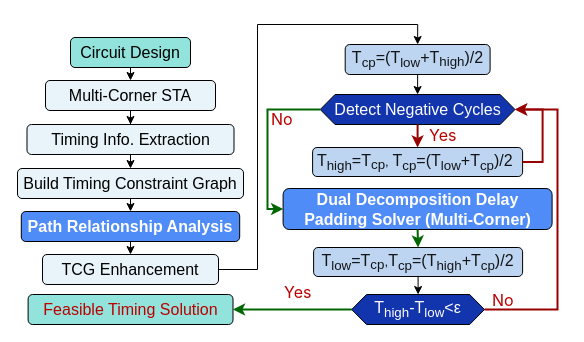
This is framework.drawio from kxzhu0505/Delay-Padding-For-Multi-corner, a draw.io file, before an edit. Source tidied: cells renumbered, new cells numbered last; positions are measured from the earlier drawing's top-left corner, leaving out a move shared by most shapes. Both pictures are drawn from the tidied source at 100%, with x=0, y=0 at pixel (17, 24).
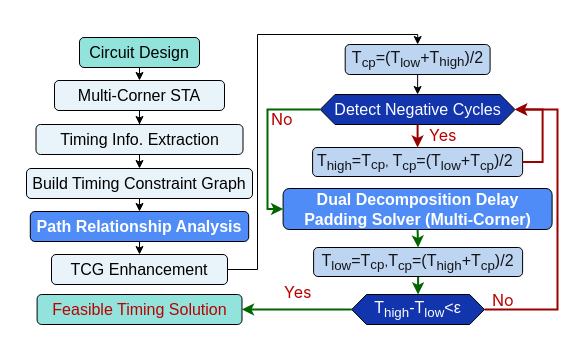
After the change.

The change refers to these unchanged cells:
```xml
<mxCell id="20" value="&lt;div style=&quot;text-align: left;&quot;&gt;&lt;font style=&quot;color: rgb(255, 255, 255);&quot;&gt;&lt;span style=&quot;font-size: 16px;&quot;&gt;T&lt;sub style=&quot;&quot;&gt;high&lt;/sub&gt;-T&lt;sub style=&quot;&quot;&gt;low&lt;/sub&gt;&amp;lt;ε&lt;/span&gt;&lt;/font&gt;&lt;/div&gt;" style="shape=hexagon;perimeter=hexagonPerimeter2;whiteSpace=wrap;html=1;fixedSize=1;size=14.829999999999927;fillColor=light-dark(#1235ae, #3b394a);strokeColor=#000000;" parent="1" vertex="1">
  <mxGeometry x="334.2" y="270" width="132.8" height="30" as="geometry" />
</mxCell>
<mxCell id="22" value="&lt;span style=&quot;color: rgba(0, 0, 0, 0.9); font-size: 16px; text-align: left;&quot;&gt;&lt;span style=&quot;color: rgba(0, 0, 0, 0.9);&quot;&gt;&lt;span style=&quot;color: rgba(0, 0, 0, 0.9);&quot;&gt;T&lt;sub&gt;low&lt;/sub&gt;=&lt;/span&gt;&lt;span style=&quot;font-size: 12px; color: rgba(0, 0, 0, 0.9);&quot;&gt;&lt;span style=&quot;font-size: 16px; color: rgba(0, 0, 0, 0.9);&quot;&gt;T&lt;/span&gt;&lt;sub style=&quot;color: rgba(0, 0, 0, 0.9);&quot;&gt;&lt;font style=&quot;font-size: 13.333px;&quot;&gt;cp&lt;/font&gt;&lt;/sub&gt;&lt;span style=&quot;font-size: 13.3333px;&quot;&gt;,&lt;/span&gt;&lt;/span&gt;T&lt;/span&gt;&lt;sub style=&quot;color: rgba(0, 0, 0, 0.9);&quot;&gt;cp&lt;/sub&gt;=(&lt;span style=&quot;color: rgba(0, 0, 0, 0.9);&quot;&gt;T&lt;/span&gt;&lt;sub style=&quot;color: rgba(0, 0, 0, 0.9);&quot;&gt;high&lt;/sub&gt;+&lt;/span&gt;&lt;span style=&quot;color: rgba(0, 0, 0, 0.9); font-size: 16px; text-align: left;&quot;&gt;&lt;span style=&quot;color: rgba(0, 0, 0, 0.9);&quot;&gt;T&lt;/span&gt;&lt;sub style=&quot;color: rgba(0, 0, 0, 0.9);&quot;&gt;cp&lt;/sub&gt;)/2&lt;/span&gt;" style="rounded=1;whiteSpace=wrap;html=1;fillColor=light-dark(#bdd5f1, #1f2f1e);strokeColor=#000000;" parent="1" vertex="1">
  <mxGeometry x="296.1" y="223" width="209" height="29" as="geometry" />
</mxCell>
<mxCell id="23" value="&lt;span&gt;&lt;font face=&quot;Helvetica&quot;&gt;&lt;span style=&quot;color: rgba(0, 0, 0, 0.9); font-size: 16px; text-align: left;&quot;&gt;&lt;span style=&quot;color: rgba(0, 0, 0, 0.9);&quot;&gt;T&lt;/span&gt;&lt;sub style=&quot;color: rgba(0, 0, 0, 0.9);&quot;&gt;cp&lt;/sub&gt;=(T&lt;sub style=&quot;&quot;&gt;low&lt;/sub&gt;+&lt;/span&gt;&lt;/font&gt;&lt;/span&gt;&lt;span style=&quot;color: rgba(0, 0, 0, 0.9); font-size: 16px; text-align: left;&quot;&gt;T&lt;/span&gt;&lt;sub style=&quot;color: rgba(0, 0, 0, 0.9); text-align: left;&quot;&gt;&lt;font style=&quot;font-size: 13.3333px;&quot;&gt;high&lt;/font&gt;&lt;/sub&gt;&lt;span&gt;&lt;font face=&quot;Helvetica&quot;&gt;&lt;span style=&quot;color: rgba(0, 0, 0, 0.9); font-size: 16px; text-align: left;&quot;&gt;)/2&lt;/span&gt;&lt;/font&gt;&lt;/span&gt;" style="rounded=1;whiteSpace=wrap;html=1;fillColor=light-dark(#bdd5f1, #1f2f1e);strokeColor=#000000;" parent="1" vertex="1">
  <mxGeometry x="327.7" y="20" width="144.9" height="30" as="geometry" />
</mxCell>
```

Change to the diagram source:
```diff
@@
     <mxCell id="7" style="rounded=0;jettySize=auto;html=1;entryX=0.5;entryY=0;entryDx=0;entryDy=0;" parent="1" edge="1" source="8">
       <mxGeometry relative="1" as="geometry">
-        <mxPoint x="113" y="56" as="targetPoint" />
+        <mxPoint x="122" y="56" as="targetPoint" />
       </mxGeometry>
     </mxCell>
     <mxCell id="8" value="&lt;font style=&quot;font-size: 16px;&quot;&gt;Circuit Design&lt;/font&gt;" style="rounded=1;whiteSpace=wrap;html=1;fillColor=light-dark(#92e3dc, #ededed);" parent="1" vertex="1">
-      <mxGeometry x="53" y="13" width="120" height="30" as="geometry" />
+      <mxGeometry x="62" y="13" width="120" height="30" as="geometry" />
     </mxCell>
@@
     <mxCell id="10" value="&lt;font style=&quot;font-size: 16px;&quot;&gt;Multi-Corner STA&lt;/font&gt;" style="rounded=1;whiteSpace=wrap;html=1;fillColor=light-dark(#e9f4fa, #ededed);" parent="1" vertex="1">
-      <mxGeometry x="28" y="56" width="170" height="30" as="geometry" />
+      <mxGeometry x="37" y="56" width="170" height="30" as="geometry" />
     </mxCell>
     <mxCell id="11" value="&lt;font style=&quot;font-size: 16px;&quot;&gt;Timing Info. Extraction&lt;/font&gt;" style="rounded=1;whiteSpace=wrap;html=1;fillColor=light-dark(#e9f4fa, #ededed);" parent="1" vertex="1">
-      <mxGeometry x="9.5" y="100" width="207" height="30" as="geometry" />
+      <mxGeometry x="18.5" y="100" width="207" height="30" as="geometry" />
     </mxCell>
@@
-    <mxCell id="14" style="rounded=0;jettySize=auto;html=1;entryX=0.5;entryY=0;entryDx=0;entryDy=0;exitX=0.5;exitY=1;exitDx=0;exitDy=0;" parent="1" edge="1" source="22" target="20">
+    <mxCell id="14" style="rounded=0;jettySize=auto;html=1;entryX=0.5;entryY=0;entryDx=0;entryDy=0;exitX=0.5;exitY=1;exitDx=0;exitDy=0;strokeWidth=2;strokeColor=light-dark(#006600, #ededed);" parent="1" edge="1" source="22" target="20">
       <mxGeometry relative="1" as="geometry" />
     </mxCell>
     <mxCell id="15" value="&lt;font style=&quot;font-size: 16px;&quot;&gt;Build Timing Constraint Graph&lt;/font&gt;" style="rounded=1;whiteSpace=wrap;html=1;fillColor=light-dark(#e9f4fa, #ededed);" parent="1" vertex="1">
-      <mxGeometry y="144" width="226" height="30" as="geometry" />
+      <mxGeometry x="9" y="144" width="226" height="30" as="geometry" />
     </mxCell>
@@
     <mxCell id="17" value="&lt;div style=&quot;text-align: left;&quot;&gt;&lt;span style=&quot;background-color: transparent;&quot;&gt;&lt;font style=&quot;font-size: 16px;&quot; face=&quot;Helvetica&quot; color=&quot;rgba(0, 0, 0, 0.9)&quot;&gt;Feasible Timing Solution&lt;/font&gt;&lt;/span&gt;&lt;/div&gt;" style="rounded=1;whiteSpace=wrap;html=1;fillColor=light-dark(#92e3dc, #ededed);" parent="1" vertex="1">
-      <mxGeometry x="10.6" y="270" width="204.9" height="30" as="geometry" />
+      <mxGeometry x="19.6" y="270" width="204.9" height="30" as="geometry" />
     </mxCell>
@@
     <mxCell id="24" value="&lt;font style=&quot;font-size: 16px; color: rgb(255, 255, 255);&quot;&gt;&lt;b&gt;Path Relationship Analysis&lt;/b&gt;&lt;/font&gt;" style="rounded=1;whiteSpace=wrap;html=1;fillColor=light-dark(#4f8cf7, #ededed);" parent="1" vertex="1">
-      <mxGeometry x="3.8" y="187" width="218.4" height="30" as="geometry" />
+      <mxGeometry x="12.8" y="187" width="218.4" height="30" as="geometry" />
     </mxCell>
@@
     <mxCell id="26" style="edgeStyle=orthogonalEdgeStyle;rounded=0;jettySize=auto;html=1;entryX=0.5;entryY=0;entryDx=0;entryDy=0;exitX=1;exitY=0.5;exitDx=0;exitDy=0;" parent="1" edge="1" source="31" target="23">
       <mxGeometry relative="1" as="geometry">
         <Array as="points">
           <mxPoint x="240" y="245" />
-          <mxPoint x="240" />
-          <mxPoint x="400" />
+          <mxPoint x="240" y="10" />
+          <mxPoint x="400" y="10" />
         </Array>
       </mxGeometry>
     </mxCell>
@@
     <mxCell id="31" value="&lt;font style=&quot;font-size: 16px;&quot;&gt;TCG Enhancement&lt;/font&gt;" style="rounded=1;whiteSpace=wrap;html=1;fillColor=light-dark(#e9f4fa, #ededed);" parent="1" vertex="1">
-      <mxGeometry x="25" y="230" width="176" height="30" as="geometry" />
+      <mxGeometry x="34" y="230" width="176" height="30" as="geometry" />
     </mxCell>
```
